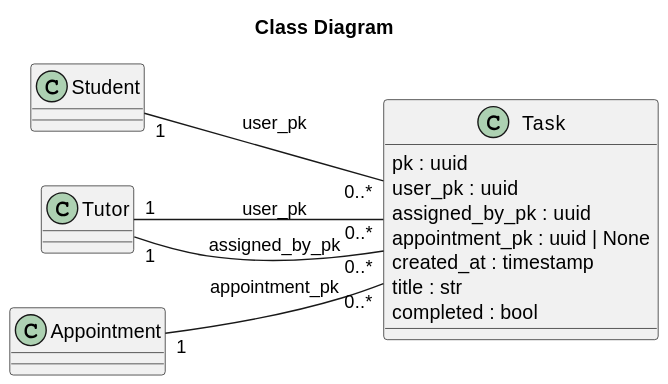
This is diagrams/classes/task.svg from KMBCL/P3_specifications, a PlantUML export, as it was before one commit.
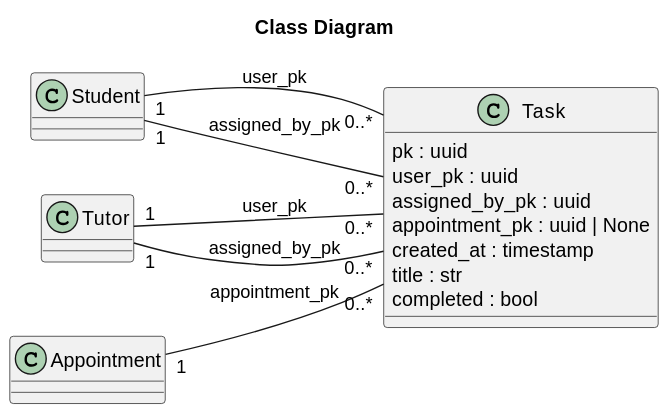
The same diagram one commit later.

The edit, as a diff of the source:
```diff
@@ -16,6 +16,7 @@
 
 
 Student "1" -- "0..*" Task : user_pk
+Student "1" -- "0..*" Task : assigned_by_pk
 Tutor "1" -- "0..*" Task : user_pk
 Tutor "1" -- "0..*" Task : assigned_by_pk
 
```
